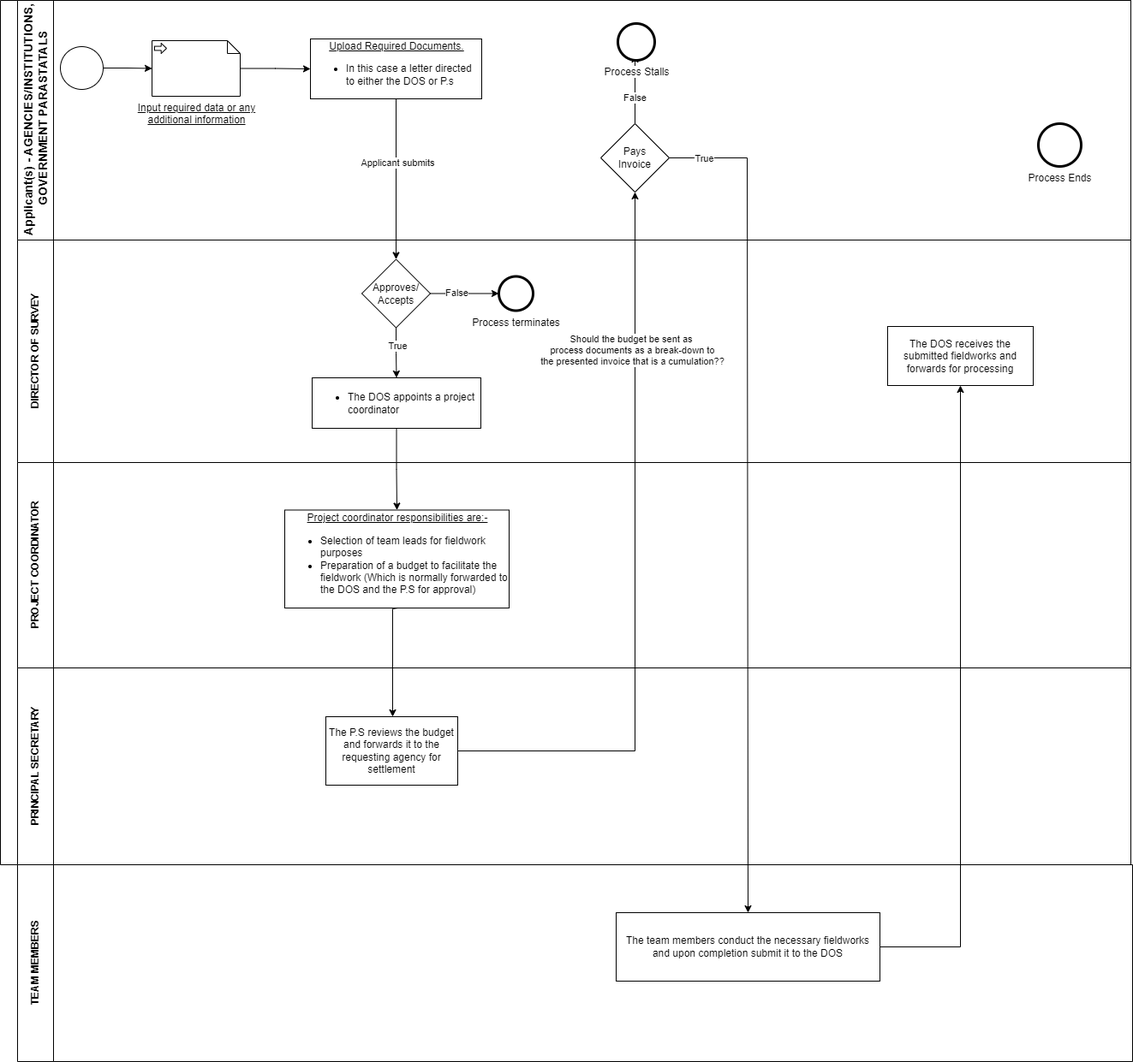
Before: Internal-survey(public-side).drawio.png, a diagram exported from draw.io (pascalokoth/BPMN). Source tidied: cells renumbered, new cells last; positions are measured from the earlier drawing's top-left corner, leaving out a move shared by most shapes. Its diagram source:
```xml
<mxGraphModel>
  <root>
    <mxCell id="0" />
    <mxCell id="1" parent="0" />
    <mxCell id="2" style="swimlane;html=1;horizontal=0;startSize=20;whiteSpace=wrap;" parent="1" vertex="1">
      <mxGeometry width="1320" height="1010" as="geometry" />
    </mxCell>
    <mxCell id="3" value="&lt;font style=&quot;font-size: 14px;&quot;&gt;Applicant(s) - AGENCIES/INSTITUTIONS,&lt;br&gt;&amp;nbsp;GOVERNMENT PARASTATALS&lt;/font&gt;" style="swimlane;html=1;startSize=42;horizontal=0;align=center;" parent="2" vertex="1">
      <mxGeometry x="20" width="1300" height="280" as="geometry" />
    </mxCell>
    <mxCell id="4" style="edgeStyle=orthogonalEdgeStyle;rounded=0;jettySize=auto;html=1;entryX=0;entryY=0.5;entryDx=0;entryDy=0;entryPerimeter=0;" parent="3" edge="1" source="5" target="8">
      <mxGeometry relative="1" as="geometry" />
    </mxCell>
    <mxCell id="5" style="points=[[0.145,0.145,0],[0.5,0,0],[0.855,0.145,0],[1,0.5,0],[0.855,0.855,0],[0.5,1,0],[0.145,0.855,0],[0,0.5,0]];shape=mxgraph.bpmn.event;html=1;verticalLabelPosition=bottom;labelBackgroundColor=#ffffff;verticalAlign=top;align=center;perimeter=ellipsePerimeter;outlineConnect=0;outline=standard;symbol=general;" parent="3" vertex="1">
      <mxGeometry x="50" y="54" width="50" height="50" as="geometry" />
    </mxCell>
    <mxCell id="6" value="&lt;div style=&quot;text-align: center;&quot;&gt;&lt;span style=&quot;background-color: initial;&quot;&gt;&lt;u&gt;Upload Required Documents.&lt;/u&gt;&lt;/span&gt;&lt;/div&gt;&lt;div style=&quot;&quot;&gt;&lt;ul&gt;&lt;li&gt;In this case a letter directed to either the DOS or P.s&lt;span id=&quot;docs-internal-guid-2cb9f986-7fff-3ab5-ec5d-4978b9674df6&quot;&gt;&lt;/span&gt;&lt;/li&gt;&lt;/ul&gt;&lt;/div&gt;" style="whiteSpace=wrap;html=1;align=left;" parent="3" vertex="1">
      <mxGeometry x="342" y="45" width="200" height="70" as="geometry" />
    </mxCell>
    <mxCell id="7" style="edgeStyle=orthogonalEdgeStyle;rounded=0;jettySize=auto;html=1;" parent="3" edge="1" source="8" target="6">
      <mxGeometry relative="1" as="geometry" />
    </mxCell>
    <mxCell id="8" value="&lt;u&gt;Input required data or any &lt;br&gt;additional information&lt;br&gt;&lt;/u&gt;" style="shape=mxgraph.bpmn.data;labelPosition=center;verticalLabelPosition=bottom;align=center;verticalAlign=top;size=15;html=1;bpmnTransferType=input;" parent="3" vertex="1">
      <mxGeometry x="157" y="47" width="103" height="65" as="geometry" />
    </mxCell>
    <mxCell id="9" style="edgeStyle=orthogonalEdgeStyle;rounded=0;jettySize=auto;html=1;" parent="3" edge="1" source="11">
      <mxGeometry relative="1" as="geometry">
        <mxPoint x="721" y="64" as="targetPoint" />
      </mxGeometry>
    </mxCell>
    <mxCell id="10" value="False" style="edgeLabel;html=1;align=center;verticalAlign=middle;" parent="9" vertex="1">
      <mxGeometry x="-0.23" y="1" relative="1" as="geometry" />
    </mxCell>
    <mxCell id="11" value="Pays&lt;br&gt;&amp;nbsp;Invoice&amp;nbsp;" style="rhombus;whiteSpace=wrap;html=1;align=center;" parent="3" vertex="1">
      <mxGeometry x="681" y="144" width="80" height="80" as="geometry" />
    </mxCell>
    <mxCell id="12" value="Process Stalls" style="shape=mxgraph.bpmn.event;html=1;verticalLabelPosition=bottom;labelBackgroundColor=#ffffff;verticalAlign=top;align=center;perimeter=ellipsePerimeter;outline=end;symbol=terminate2;" parent="3" vertex="1">
      <mxGeometry x="701" y="27" width="43" height="43" as="geometry" />
    </mxCell>
    <mxCell id="13" value="Process Ends" style="shape=mxgraph.bpmn.event;html=1;verticalLabelPosition=bottom;labelBackgroundColor=#ffffff;verticalAlign=top;align=center;perimeter=ellipsePerimeter;outline=end;symbol=terminate2;" parent="3" vertex="1">
      <mxGeometry x="1192" y="144" width="50" height="50" as="geometry" />
    </mxCell>
    <mxCell id="14" style="edgeStyle=orthogonalEdgeStyle;rounded=0;jettySize=auto;html=1;" parent="2" edge="1" source="6" target="19">
      <mxGeometry relative="1" as="geometry" />
    </mxCell>
    <mxCell id="15" value="Applicant submits" style="edgeLabel;html=1;align=center;verticalAlign=middle;" parent="14" vertex="1">
      <mxGeometry x="-0.21" y="1" relative="1" as="geometry" />
    </mxCell>
    <mxCell id="16" value="DIRECTOR OF SURVEY" style="swimlane;html=1;startSize=42;horizontal=0;" parent="2" vertex="1">
      <mxGeometry x="20" y="280" width="1300" height="260" as="geometry" />
    </mxCell>
    <mxCell id="17" style="edgeStyle=orthogonalEdgeStyle;rounded=0;jettySize=auto;html=1;" parent="16" edge="1" source="19">
      <mxGeometry relative="1" as="geometry">
        <mxPoint x="562" y="62.5" as="targetPoint" />
      </mxGeometry>
    </mxCell>
    <mxCell id="18" value="False" style="edgeLabel;html=1;align=center;verticalAlign=middle;" parent="17" vertex="1">
      <mxGeometry x="-0.27" y="1" relative="1" as="geometry" />
    </mxCell>
    <mxCell id="19" value="Approves/&lt;br&gt;Accepts" style="rhombus;whiteSpace=wrap;html=1;align=center;" parent="16" vertex="1">
      <mxGeometry x="402" y="22.5" width="80" height="80" as="geometry" />
    </mxCell>
    <mxCell id="20" style="edgeStyle=orthogonalEdgeStyle;rounded=0;jettySize=auto;html=1;" parent="16" edge="1" source="21" target="25">
      <mxGeometry relative="1" as="geometry" />
    </mxCell>
    <mxCell id="21" value="&lt;ul&gt;&lt;li&gt;The DOS appoints a project coordinator&lt;/li&gt;&lt;/ul&gt;" style="whiteSpace=wrap;html=1;align=left;" parent="16" vertex="1">
      <mxGeometry x="344" y="161" width="197" height="59" as="geometry" />
    </mxCell>
    <mxCell id="22" style="edgeStyle=orthogonalEdgeStyle;rounded=0;jettySize=auto;html=1;" parent="16" edge="1" source="19" target="21">
      <mxGeometry relative="1" as="geometry" />
    </mxCell>
    <mxCell id="23" value="True" style="edgeLabel;html=1;align=center;verticalAlign=middle;" parent="22" vertex="1">
      <mxGeometry x="-0.3" y="1" relative="1" as="geometry" />
    </mxCell>
    <mxCell id="24" value="Process terminates" style="shape=mxgraph.bpmn.event;html=1;verticalLabelPosition=bottom;labelBackgroundColor=#ffffff;verticalAlign=top;align=center;perimeter=ellipsePerimeter;outline=end;symbol=terminate2;" parent="16" vertex="1">
      <mxGeometry x="562" y="42.5" width="40" height="40" as="geometry" />
    </mxCell>
    <mxCell id="25" value="&lt;div style=&quot;text-align: center;&quot;&gt;&lt;u style=&quot;background-color: initial;&quot;&gt;Project coordinator responsibilities are:-&lt;/u&gt;&lt;/div&gt;&lt;ul&gt;&lt;li&gt;Selection of team leads for fieldwork purposes&lt;/li&gt;&lt;li&gt;Preparation of a budget to facilitate the fieldwork (Which is normally forwarded to the DOS and the P.S for approval)&lt;/li&gt;&lt;/ul&gt;" style="whiteSpace=wrap;html=1;align=left;" parent="16" vertex="1">
      <mxGeometry x="312" y="315.5" width="262" height="114.5" as="geometry" />
    </mxCell>
    <mxCell id="26" value="PROJECT COORDINATOR" style="swimlane;html=1;startSize=42;horizontal=0;" parent="2" vertex="1">
      <mxGeometry x="20" y="540" width="1300" height="240" as="geometry" />
    </mxCell>
    <mxCell id="27" style="edgeStyle=orthogonalEdgeStyle;rounded=0;orthogonalLoop=1;jettySize=auto;html=1;" parent="2" edge="1">
      <mxGeometry relative="1" as="geometry">
        <mxPoint x="464" y="710" as="sourcePoint" />
        <mxPoint x="458" y="837" as="targetPoint" />
        <Array as="points">
          <mxPoint x="464" y="711" />
          <mxPoint x="458" y="711" />
        </Array>
      </mxGeometry>
    </mxCell>
    <mxCell id="28" style="edgeStyle=orthogonalEdgeStyle;rounded=0;jettySize=auto;html=1;" parent="2" edge="1" source="31" target="11">
      <mxGeometry relative="1" as="geometry" />
    </mxCell>
    <mxCell id="29" value="Should the budget be sent as&amp;nbsp;&lt;br&gt;process documents as a break-down to&lt;br&gt;the presented invoice that is a cumulation??" style="edgeLabel;html=1;align=center;verticalAlign=middle;" parent="28" vertex="1">
      <mxGeometry x="0.57" y="4" relative="1" as="geometry" />
    </mxCell>
    <mxCell id="30" value="PRINCIPAL SECRETARY" style="swimlane;html=1;startSize=42;horizontal=0;" parent="2" vertex="1">
      <mxGeometry x="20" y="780" width="1300" height="230" as="geometry" />
    </mxCell>
    <mxCell id="31" value="The P.S reviews the budget and forwards it to the requesting agency for settlement" style="whiteSpace=wrap;html=1;" parent="30" vertex="1">
      <mxGeometry x="360" y="57" width="154" height="80" as="geometry" />
    </mxCell>
    <mxCell id="32" value="TEAM MEMBERS" style="swimlane;html=1;startSize=42;horizontal=0;" parent="1" vertex="1">
      <mxGeometry x="20" y="1010" width="1302" height="230" as="geometry" />
    </mxCell>
    <mxCell id="33" style="edgeStyle=orthogonalEdgeStyle;rounded=0;jettySize=auto;html=1;" parent="32" edge="1" source="34" target="35">
      <mxGeometry relative="1" as="geometry" />
    </mxCell>
    <mxCell id="34" value="The team members conduct the necessary fieldworks and upon completion submit it to the DOS" style="whiteSpace=wrap;html=1;" parent="32" vertex="1">
      <mxGeometry x="699" y="56" width="308" height="80" as="geometry" />
    </mxCell>
    <mxCell id="35" value="The DOS receives the submitted fieldworks and forwards for processing" style="whiteSpace=wrap;html=1;" parent="32" vertex="1">
      <mxGeometry x="1016" y="-629" width="170" height="69" as="geometry" />
    </mxCell>
    <mxCell id="36" style="edgeStyle=orthogonalEdgeStyle;rounded=0;jettySize=auto;html=1;entryX=0.5;entryY=0;entryDx=0;entryDy=0;" parent="1" edge="1" source="11" target="34">
      <mxGeometry relative="1" as="geometry">
        <Array as="points">
          <mxPoint x="872" y="184" />
          <mxPoint x="872" y="1066" />
        </Array>
      </mxGeometry>
    </mxCell>
    <mxCell id="37" value="True" style="edgeLabel;html=1;align=center;verticalAlign=middle;" parent="36" vertex="1">
      <mxGeometry x="-0.92" relative="1" as="geometry" />
    </mxCell>
  </root>
</mxGraphModel>
```
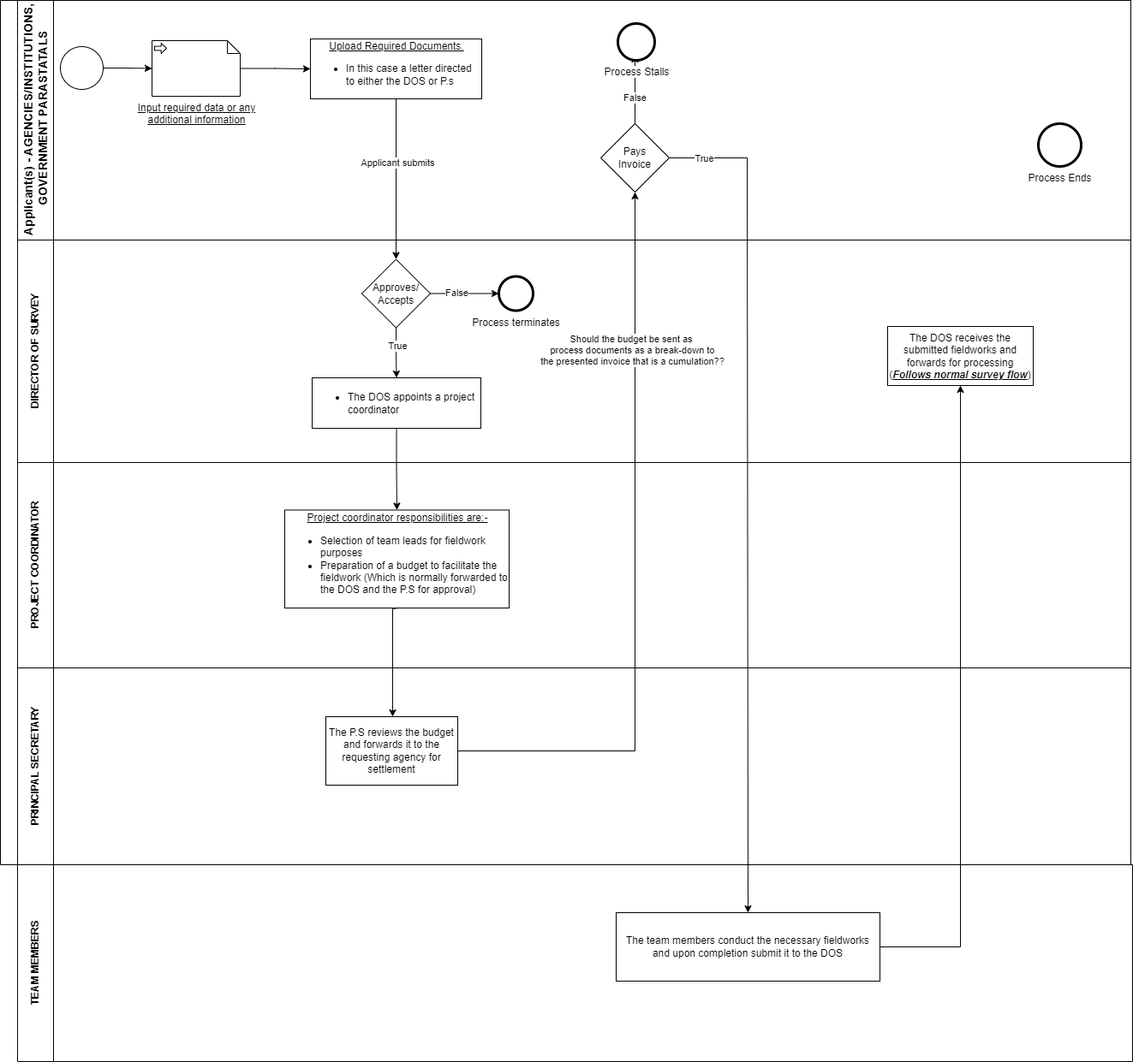
After the change.

Diff of the diagram source:
```diff
@@ -112,7 +112,7 @@
     <mxCell id="34" value="The team members conduct the necessary fieldworks and upon completion submit it to the DOS" style="whiteSpace=wrap;html=1;" parent="32" vertex="1">
       <mxGeometry x="699" y="56" width="308" height="80" as="geometry" />
     </mxCell>
-    <mxCell id="35" value="The DOS receives the submitted fieldworks and forwards for processing" style="whiteSpace=wrap;html=1;" parent="32" vertex="1">
+    <mxCell id="35" value="The DOS receives the submitted fieldworks and forwards for processing&lt;br&gt;(&lt;b&gt;&lt;i&gt;&lt;u&gt;Follows normal survey flow&lt;/u&gt;&lt;/i&gt;&lt;/b&gt;)" style="whiteSpace=wrap;html=1;" parent="32" vertex="1">
       <mxGeometry x="1016" y="-629" width="170" height="69" as="geometry" />
     </mxCell>
     <mxCell id="36" style="edgeStyle=orthogonalEdgeStyle;rounded=0;jettySize=auto;html=1;entryX=0.5;entryY=0;entryDx=0;entryDy=0;" parent="1" edge="1" source="11" target="34">
```
